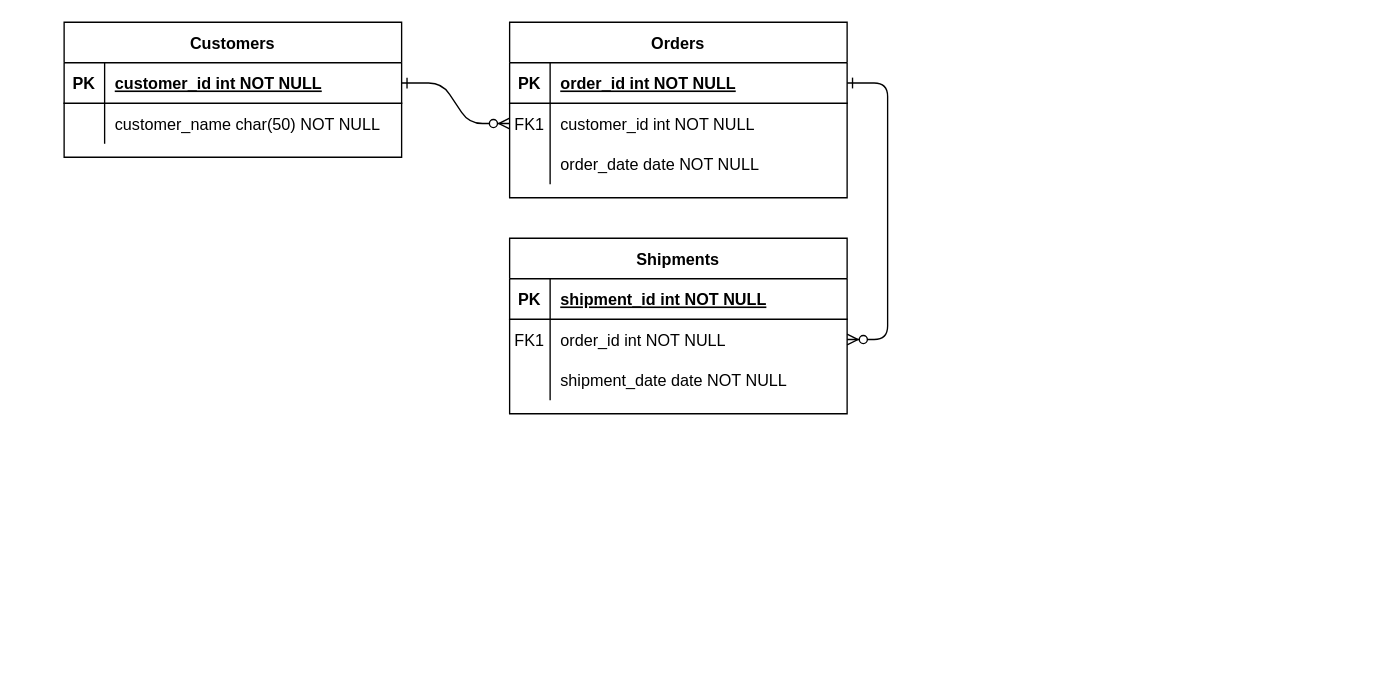
Before: urd.drawio in oscarzhu8/Assignment, a draw.io diagram. Source tidied: cells renumbered, new cells numbered last; positions are measured from the earlier drawing's top-left corner, leaving out a move shared by most shapes. Both pictures are drawn from the tidied source at 135%, with x=0, y=0 at pixel (63, 22).
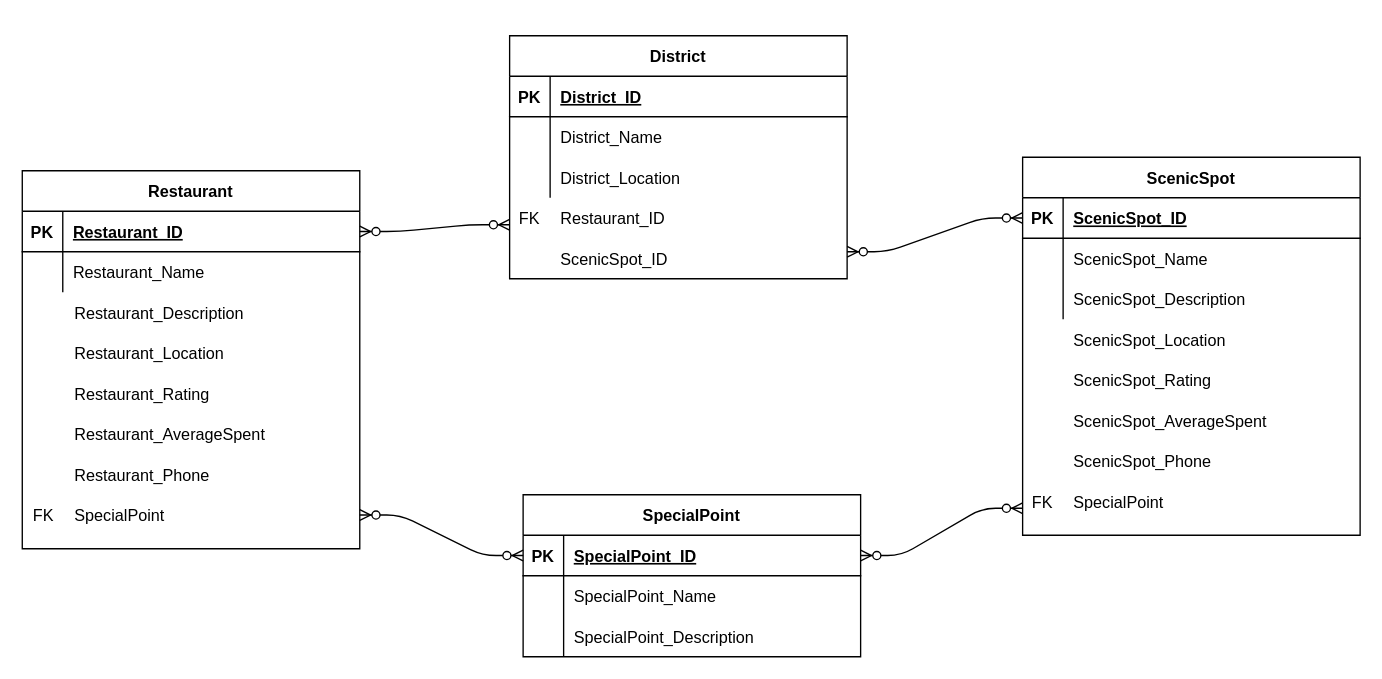
The same page after the edit.

Unchanged cells that the change refers to:
```xml
<mxCell id="15" style="shape=partialRectangle;fillColor=none;points=[[0,0.5],[1,0.5]];portConstraint=eastwest;top=0;left=0;right=0;bottom=1;" parent="14" vertex="1">
  <mxGeometry y="30" width="250" height="30" as="geometry" />
</mxCell>
<mxCell id="18" style="shape=partialRectangle;fillColor=none;points=[[0,0.5],[1,0.5]];portConstraint=eastwest;top=0;left=0;right=0;bottom=0;" parent="14" vertex="1">
  <mxGeometry y="60" width="250" height="30" as="geometry" />
</mxCell>
<mxCell id="21" style="shape=partialRectangle;fillColor=none;top=0;left=0;right=0;bottom=0;" parent="14" vertex="1">
  <mxGeometry y="90" width="250" height="30" as="geometry" />
</mxCell>
<mxCell id="25" style="shape=partialRectangle;fillColor=none;points=[[0,0.5],[1,0.5]];portConstraint=eastwest;top=0;left=0;right=0;bottom=1;" parent="24" vertex="1">
  <mxGeometry y="30" width="250" height="30" as="geometry" />
</mxCell>
<mxCell id="28" style="shape=partialRectangle;fillColor=none;top=0;left=0;right=0;bottom=0;" parent="24" vertex="1">
  <mxGeometry y="60" width="250" height="30" as="geometry" />
</mxCell>
```

What changed in the source:
```diff
@@
-    <mxCell id="2" style="edgeStyle=entityRelationEdgeStyle;endArrow=ERzeroToMany;startArrow=ERone;endFill=1;startFill=0;" parent="1" edge="1" source="25" target="8">
-      <mxGeometry relative="1" as="geometry" />
+    <mxCell id="2" style="edgeStyle=entityRelationEdgeStyle;endArrow=ERzeroToMany;startArrow=ERzeroToMany;endFill=1;startFill=1;strokeWidth=1;" parent="1" edge="1" source="25">
+      <mxGeometry relative="1" as="geometry">
+        <mxPoint x="330" y="150" as="targetPoint" />
+      </mxGeometry>
     </mxCell>
-    <mxCell id="3" style="edgeStyle=entityRelationEdgeStyle;endArrow=ERzeroToMany;startArrow=ERone;endFill=1;startFill=0;" parent="1" edge="1" source="5" target="18">
-      <mxGeometry relative="1" as="geometry" />
+    <mxCell id="3" style="edgeStyle=entityRelationEdgeStyle;endArrow=ERzeroToMany;startArrow=ERzeroToMany;endFill=1;startFill=1;entryX=0;entryY=0.5;entryDx=0;entryDy=0;" parent="1" edge="1" target="15">
+      <mxGeometry relative="1" as="geometry">
+        <mxPoint x="580" y="170" as="sourcePoint" />
+      </mxGeometry>
     </mxCell>
-    <mxCell id="4" value="Orders" style="shape=table;startSize=30;childLayout=tableLayout;rowLines=0;fontStyle=1;align=center;" parent="1" vertex="1">
-      <mxGeometry x="330" width="250" height="130" as="geometry" />
-    </mxCell>
-    <mxCell id="5" style="shape=partialRectangle;fillColor=none;points=[[0,0.5],[1,0.5]];portConstraint=eastwest;top=0;left=0;right=0;bottom=1;" parent="4" vertex="1">
-      <mxGeometry y="30" width="250" height="30" as="geometry" />
-    </mxCell>
-    <mxCell id="6" value="PK" style="shape=partialRectangle;overflow=hidden;fillColor=none;top=0;left=0;bottom=0;right=0;fontStyle=1;" parent="5" vertex="1">
-      <mxGeometry width="30" height="30" as="geometry" />
-    </mxCell>
-    <mxCell id="7" value="order_id int NOT NULL " style="shape=partialRectangle;overflow=hidden;fillColor=none;top=0;left=0;bottom=0;right=0;align=left;spacingLeft=6;fontStyle=5;" parent="5" vertex="1">
-      <mxGeometry x="30" width="220" height="30" as="geometry" />
-    </mxCell>
-    <mxCell id="8" style="shape=partialRectangle;fillColor=none;points=[[0,0.5],[1,0.5]];portConstraint=eastwest;top=0;left=0;right=0;bottom=0;" parent="4" vertex="1">
-      <mxGeometry y="60" width="250" height="30" as="geometry" />
-    </mxCell>
-    <mxCell id="9" value="FK1" style="shape=partialRectangle;overflow=hidden;fillColor=none;top=0;left=0;bottom=0;right=0;" parent="8" vertex="1">
-      <mxGeometry width="30" height="30" as="geometry" />
-    </mxCell>
-    <mxCell id="10" value="customer_id int NOT NULL" style="shape=partialRectangle;overflow=hidden;fillColor=none;top=0;left=0;bottom=0;right=0;align=left;spacingLeft=6;" parent="8" vertex="1">
-      <mxGeometry x="30" width="220" height="30" as="geometry" />
-    </mxCell>
-    <mxCell id="11" style="shape=partialRectangle;fillColor=none;top=0;left=0;right=0;bottom=0;" parent="4" vertex="1">
-      <mxGeometry y="90" width="250" height="30" as="geometry" />
-    </mxCell>
-    <mxCell id="12" style="shape=partialRectangle;overflow=hidden;fillColor=none;top=0;left=0;bottom=0;right=0;" parent="11" vertex="1">
-      <mxGeometry width="30" height="30" as="geometry" />
-    </mxCell>
-    <mxCell id="13" value="order_date date NOT NULL" style="shape=partialRectangle;overflow=hidden;fillColor=none;top=0;left=0;bottom=0;right=0;align=left;spacingLeft=6;" parent="11" vertex="1">
-      <mxGeometry x="30" width="220" height="30" as="geometry" />
-    </mxCell>
-    <mxCell id="14" value="Shipments" style="shape=table;startSize=30;childLayout=tableLayout;rowLines=0;fontStyle=1;align=center;" parent="1" vertex="1">
-      <mxGeometry x="330" y="160" width="250" height="130" as="geometry" />
+    <mxCell id="14" value="ScenicSpot" style="shape=table;startSize=30;childLayout=tableLayout;rowLines=0;fontStyle=1;align=center;" parent="1" vertex="1">
+      <mxGeometry x="710" y="100" width="250" height="280" as="geometry" />
     </mxCell>
@@
-    <mxCell id="17" value="shipment_id int NOT NULL " style="shape=partialRectangle;overflow=hidden;fillColor=none;top=0;left=0;bottom=0;right=0;align=left;spacingLeft=6;fontStyle=5;" parent="15" vertex="1">
+    <mxCell id="17" value="ScenicSpot_ID" style="shape=partialRectangle;overflow=hidden;fillColor=none;top=0;left=0;bottom=0;right=0;align=left;spacingLeft=6;fontStyle=5;" parent="15" vertex="1">
       <mxGeometry x="30" width="220" height="30" as="geometry" />
     </mxCell>
@@
-    <mxCell id="19" value="FK1" style="shape=partialRectangle;overflow=hidden;fillColor=none;top=0;left=0;bottom=0;right=0;" parent="18" vertex="1">
+    <mxCell id="19" style="shape=partialRectangle;overflow=hidden;fillColor=none;top=0;left=0;bottom=0;right=0;" parent="18" vertex="1">
       <mxGeometry width="30" height="30" as="geometry" />
     </mxCell>
-    <mxCell id="20" value="order_id int NOT NULL" style="shape=partialRectangle;overflow=hidden;fillColor=none;top=0;left=0;bottom=0;right=0;align=left;spacingLeft=6;" parent="18" vertex="1">
+    <mxCell id="20" value="ScenicSpot_Name" style="shape=partialRectangle;overflow=hidden;fillColor=none;top=0;left=0;bottom=0;right=0;align=left;spacingLeft=6;" parent="18" vertex="1">
       <mxGeometry x="30" width="220" height="30" as="geometry" />
     </mxCell>
@@
-    <mxCell id="23" value="shipment_date date NOT NULL" style="shape=partialRectangle;overflow=hidden;fillColor=none;top=0;left=0;bottom=0;right=0;align=left;spacingLeft=6;" parent="21" vertex="1">
+    <mxCell id="23" style="shape=partialRectangle;overflow=hidden;fillColor=none;top=0;left=0;bottom=0;right=0;align=left;spacingLeft=6;" parent="21" vertex="1">
       <mxGeometry x="30" width="220" height="30" as="geometry" />
     </mxCell>
-    <mxCell id="24" value="Customers" style="shape=table;startSize=30;childLayout=tableLayout;rowLines=0;fontStyle=1;align=center;" parent="1" vertex="1">
-      <mxGeometry width="250" height="100" as="geometry" />
+    <mxCell id="24" value="Restaurant" style="shape=table;startSize=30;childLayout=tableLayout;rowLines=0;fontStyle=1;align=center;" parent="1" vertex="1">
+      <mxGeometry x="-31" y="110" width="250" height="280" as="geometry" />
     </mxCell>
@@
-    <mxCell id="27" value="customer_id int NOT NULL " style="shape=partialRectangle;overflow=hidden;fillColor=none;top=0;left=0;bottom=0;right=0;align=left;spacingLeft=6;fontStyle=5;" parent="25" vertex="1">
+    <mxCell id="27" value="Restaurant_ID" style="shape=partialRectangle;overflow=hidden;fillColor=none;top=0;left=0;bottom=0;right=0;align=left;spacingLeft=6;fontStyle=5;" parent="25" vertex="1">
       <mxGeometry x="30" width="220" height="30" as="geometry" />
     </mxCell>
@@
-    <mxCell id="30" value="customer_name char(50) NOT NULL" style="shape=partialRectangle;overflow=hidden;fillColor=none;top=0;left=0;bottom=0;right=0;align=left;spacingLeft=6;" parent="28" vertex="1">
+    <mxCell id="30" value="Restaurant_Name" style="shape=partialRectangle;overflow=hidden;fillColor=none;top=0;left=0;bottom=0;right=0;align=left;spacingLeft=6;" parent="28" vertex="1">
       <mxGeometry x="30" width="220" height="30" as="geometry" />
     </mxCell>
+    <mxCell id="4" value="District" style="shape=table;startSize=30;childLayout=tableLayout;rowLines=0;fontStyle=1;align=center;arcSize=15;gradientColor=#ffffff;" parent="1" vertex="1">
+      <mxGeometry x="330" y="10" width="250" height="180" as="geometry" />
+    </mxCell>
+    <mxCell id="5" style="shape=partialRectangle;fillColor=none;points=[[0,0.5],[1,0.5]];portConstraint=eastwest;top=0;left=0;right=0;bottom=1;" parent="4" vertex="1">
+      <mxGeometry y="30" width="250" height="30" as="geometry" />
+    </mxCell>
+    <mxCell id="6" value="PK" style="shape=partialRectangle;overflow=hidden;fillColor=none;top=0;left=0;bottom=0;right=0;fontStyle=1;" parent="5" vertex="1">
+      <mxGeometry width="30" height="30" as="geometry" />
+    </mxCell>
+    <mxCell id="7" value="District_ID" style="shape=partialRectangle;overflow=hidden;fillColor=none;top=0;left=0;bottom=0;right=0;align=left;spacingLeft=6;fontStyle=5;" parent="5" vertex="1">
+      <mxGeometry x="30" width="220" height="30" as="geometry" />
+    </mxCell>
+    <mxCell id="8" style="shape=partialRectangle;fillColor=none;points=[[0,0.5],[1,0.5]];portConstraint=eastwest;top=0;left=0;right=0;bottom=0;" parent="4" vertex="1">
+      <mxGeometry y="60" width="250" height="30" as="geometry" />
+    </mxCell>
+    <mxCell id="9" style="shape=partialRectangle;overflow=hidden;fillColor=none;top=0;left=0;bottom=0;right=0;" parent="8" vertex="1">
+      <mxGeometry width="30" height="30" as="geometry" />
+    </mxCell>
+    <mxCell id="10" value="District_Name" style="shape=partialRectangle;overflow=hidden;fillColor=none;top=0;left=0;bottom=0;right=0;align=left;spacingLeft=6;" parent="8" vertex="1">
+      <mxGeometry x="30" width="220" height="30" as="geometry" />
+    </mxCell>
+    <mxCell id="11" style="shape=partialRectangle;fillColor=none;top=0;left=0;right=0;bottom=0;" parent="4" vertex="1">
+      <mxGeometry y="90" width="250" height="30" as="geometry" />
+    </mxCell>
+    <mxCell id="12" style="shape=partialRectangle;overflow=hidden;fillColor=none;top=0;left=0;bottom=0;right=0;" parent="11" vertex="1">
+      <mxGeometry width="30" height="30" as="geometry" />
+    </mxCell>
+    <mxCell id="13" value="District_Location" style="shape=partialRectangle;overflow=hidden;fillColor=none;top=0;left=0;bottom=0;right=0;align=left;spacingLeft=6;" parent="11" vertex="1">
+      <mxGeometry x="30" width="220" height="30" as="geometry" />
+    </mxCell>
+    <mxCell id="31" value="FK" style="shape=partialRectangle;overflow=hidden;fillColor=none;top=0;left=0;bottom=0;right=0;" parent="1" vertex="1">
+      <mxGeometry x="330" y="130" width="30" height="30" as="geometry" />
+    </mxCell>
+    <mxCell id="32" value="Restaurant_ID" style="shape=partialRectangle;overflow=hidden;fillColor=none;top=0;left=0;bottom=0;right=0;align=left;spacingLeft=6;" parent="1" vertex="1">
+      <mxGeometry x="360" y="130" width="220" height="30" as="geometry" />
+    </mxCell>
+    <mxCell id="33" value="ScenicSpot_ID" style="shape=partialRectangle;overflow=hidden;fillColor=none;top=0;left=0;bottom=0;right=0;align=left;spacingLeft=6;" parent="1" vertex="1">
+      <mxGeometry x="360" y="160" width="220" height="30" as="geometry" />
+    </mxCell>
+    <mxCell id="34" value="Restaurant_Description" style="shape=partialRectangle;overflow=hidden;fillColor=none;top=0;left=0;bottom=0;right=0;align=left;spacingLeft=6;" parent="1" vertex="1">
+      <mxGeometry y="200" width="220" height="30" as="geometry" />
+    </mxCell>
+    <mxCell id="35" value="Restaurant_Location" style="shape=partialRectangle;overflow=hidden;fillColor=none;top=0;left=0;bottom=0;right=0;align=left;spacingLeft=6;" parent="1" vertex="1">
+      <mxGeometry y="230" width="220" height="30" as="geometry" />
+    </mxCell>
+    <mxCell id="36" value="Restaurant_Rating" style="shape=partialRectangle;overflow=hidden;fillColor=none;top=0;left=0;bottom=0;right=0;align=left;spacingLeft=6;" parent="1" vertex="1">
+      <mxGeometry y="260" width="220" height="30" as="geometry" />
+    </mxCell>
+    <mxCell id="37" value="Restaurant_AverageSpent" style="shape=partialRectangle;overflow=hidden;fillColor=none;top=0;left=0;bottom=0;right=0;align=left;spacingLeft=6;" parent="1" vertex="1">
+      <mxGeometry y="290" width="220" height="30" as="geometry" />
+    </mxCell>
+    <mxCell id="38" value="Restaurant_Phone" style="shape=partialRectangle;overflow=hidden;fillColor=none;top=0;left=0;bottom=0;right=0;align=left;spacingLeft=6;" parent="1" vertex="1">
+      <mxGeometry y="320" width="220" height="30" as="geometry" />
+    </mxCell>
+    <mxCell id="39" value="ScenicSpot_Description" style="shape=partialRectangle;overflow=hidden;fillColor=none;top=0;left=0;bottom=0;right=0;align=left;spacingLeft=6;" parent="1" vertex="1">
+      <mxGeometry x="740" y="190" width="220" height="30" as="geometry" />
+    </mxCell>
+    <mxCell id="40" value="ScenicSpot_Location" style="shape=partialRectangle;overflow=hidden;fillColor=none;top=0;left=0;bottom=0;right=0;align=left;spacingLeft=6;" parent="1" vertex="1">
+      <mxGeometry x="740" y="220" width="220" height="30" as="geometry" />
+    </mxCell>
+    <mxCell id="41" value="ScenicSpot_Rating" style="shape=partialRectangle;overflow=hidden;fillColor=none;top=0;left=0;bottom=0;right=0;align=left;spacingLeft=6;" parent="1" vertex="1">
+      <mxGeometry x="740" y="250" width="220" height="30" as="geometry" />
+    </mxCell>
+    <mxCell id="42" value="ScenicSpot_AverageSpent" style="shape=partialRectangle;overflow=hidden;fillColor=none;top=0;left=0;bottom=0;right=0;align=left;spacingLeft=6;" parent="1" vertex="1">
+      <mxGeometry x="740" y="280" width="220" height="30" as="geometry" />
+    </mxCell>
+    <mxCell id="43" value="ScenicSpot_Phone" style="shape=partialRectangle;overflow=hidden;fillColor=none;top=0;left=0;bottom=0;right=0;align=left;spacingLeft=6;" parent="1" vertex="1">
+      <mxGeometry x="740" y="310" width="220" height="30" as="geometry" />
+    </mxCell>
+    <mxCell id="44" value="SpecialPoint" style="shape=table;startSize=30;childLayout=tableLayout;rowLines=0;fontStyle=1;align=center;arcSize=15;gradientColor=#ffffff;" parent="1" vertex="1">
+      <mxGeometry x="340" y="350" width="250" height="120" as="geometry" />
+    </mxCell>
+    <mxCell id="45" style="shape=partialRectangle;fillColor=none;points=[[0,0.5],[1,0.5]];portConstraint=eastwest;top=0;left=0;right=0;bottom=1;" parent="44" vertex="1">
+      <mxGeometry y="30" width="250" height="30" as="geometry" />
+    </mxCell>
+    <mxCell id="46" value="PK" style="shape=partialRectangle;overflow=hidden;fillColor=none;top=0;left=0;bottom=0;right=0;fontStyle=1;" parent="45" vertex="1">
+      <mxGeometry width="30" height="30" as="geometry" />
+    </mxCell>
+    <mxCell id="47" value="SpecialPoint_ID" style="shape=partialRectangle;overflow=hidden;fillColor=none;top=0;left=0;bottom=0;right=0;align=left;spacingLeft=6;fontStyle=5;" parent="45" vertex="1">
+      <mxGeometry x="30" width="220" height="30" as="geometry" />
+    </mxCell>
+    <mxCell id="48" style="shape=partialRectangle;fillColor=none;top=0;left=0;right=0;bottom=0;" parent="44" vertex="1">
+      <mxGeometry y="60" width="250" height="30" as="geometry" />
+    </mxCell>
+    <mxCell id="49" style="shape=partialRectangle;overflow=hidden;fillColor=none;top=0;left=0;bottom=0;right=0;" parent="48" vertex="1">
+      <mxGeometry width="30" height="30" as="geometry" />
+    </mxCell>
+    <mxCell id="50" value="SpecialPoint_Name" style="shape=partialRectangle;overflow=hidden;fillColor=none;top=0;left=0;bottom=0;right=0;align=left;spacingLeft=6;" parent="48" vertex="1">
+      <mxGeometry x="30" width="220" height="30" as="geometry" />
+    </mxCell>
+    <mxCell id="51" style="shape=partialRectangle;fillColor=none;top=0;left=0;right=0;bottom=0;" parent="44" vertex="1">
+      <mxGeometry y="90" width="250" height="30" as="geometry" />
+    </mxCell>
+    <mxCell id="52" style="shape=partialRectangle;overflow=hidden;fillColor=none;top=0;left=0;bottom=0;right=0;" parent="51" vertex="1">
+      <mxGeometry width="30" height="30" as="geometry" />
+    </mxCell>
+    <mxCell id="53" value="SpecialPoint_Description" style="shape=partialRectangle;overflow=hidden;fillColor=none;top=0;left=0;bottom=0;right=0;align=left;spacingLeft=6;" parent="51" vertex="1">
+      <mxGeometry x="30" width="220" height="30" as="geometry" />
+    </mxCell>
+    <mxCell id="54" value="FK" style="shape=partialRectangle;overflow=hidden;fillColor=none;top=0;left=0;bottom=0;right=0;" parent="1" vertex="1">
+      <mxGeometry x="-30" y="350" width="30" height="30" as="geometry" />
+    </mxCell>
+    <mxCell id="55" value="SpecialPoint" style="shape=partialRectangle;overflow=hidden;fillColor=none;top=0;left=0;bottom=0;right=0;align=left;spacingLeft=6;" parent="1" vertex="1">
+      <mxGeometry y="350" width="220" height="30" as="geometry" />
+    </mxCell>
+    <mxCell id="56" style="edgeStyle=entityRelationEdgeStyle;endArrow=ERzeroToMany;startArrow=ERzeroToMany;endFill=1;startFill=1;strokeWidth=1;entryX=0;entryY=0.5;entryDx=0;entryDy=0;" parent="1" edge="1" target="45">
+      <mxGeometry relative="1" as="geometry">
+        <mxPoint x="219" y="365" as="sourcePoint" />
+      </mxGeometry>
+    </mxCell>
+    <mxCell id="57" value="FK" style="shape=partialRectangle;overflow=hidden;fillColor=none;top=0;left=0;bottom=0;right=0;" parent="1" vertex="1">
+      <mxGeometry x="710" y="340" width="30" height="30" as="geometry" />
+    </mxCell>
+    <mxCell id="58" value="SpecialPoint" style="shape=partialRectangle;overflow=hidden;fillColor=none;top=0;left=0;bottom=0;right=0;align=left;spacingLeft=6;" parent="1" vertex="1">
+      <mxGeometry x="740" y="340" width="220" height="30" as="geometry" />
+    </mxCell>
+    <mxCell id="59" style="edgeStyle=entityRelationEdgeStyle;endArrow=ERzeroToMany;startArrow=ERzeroToMany;endFill=1;startFill=1;" parent="1" edge="1">
+      <mxGeometry relative="1" as="geometry">
+        <mxPoint x="590" y="395" as="sourcePoint" />
+        <mxPoint x="710" y="360" as="targetPoint" />
+      </mxGeometry>
+    </mxCell>
```
